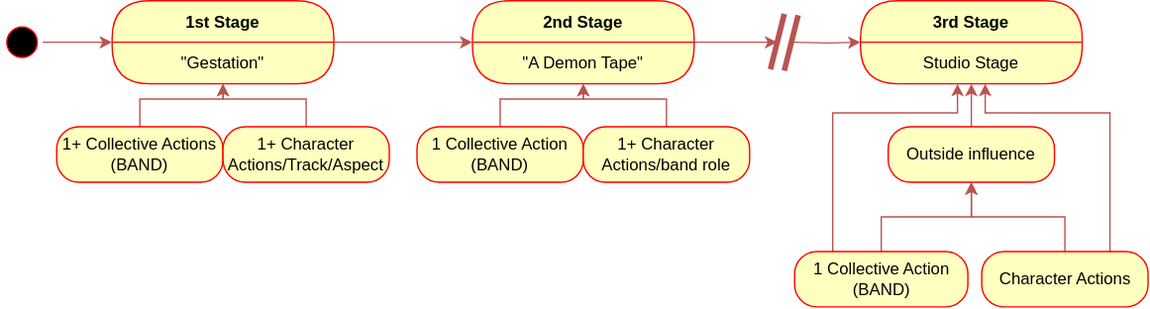
This is TheProspector/Assets/Schematics/Record.svg from SakuNurmiranta/TheProspector, a draw.io export, as it was before one commit. Source tidied: cells renumbered, new cells last; positions are measured from the earlier drawing's top-left corner, leaving out a move shared by most shapes. The source it was exported from:
```xml
<mxGraphModel>
  <root>
    <mxCell id="0" />
    <mxCell id="1" parent="0" />
    <mxCell id="2" style="edgeStyle=orthogonalEdgeStyle;rounded=0;jettySize=auto;html=1;fillColor=#f8cecc;strokeColor=#b85450;" parent="1" edge="1" source="3" target="12">
      <mxGeometry relative="1" as="geometry" />
    </mxCell>
    <mxCell id="3" value="g" style="ellipse;html=1;shape=startState;fillColor=#000000;strokeColor=#ff0000;rotation=-90;" parent="1" vertex="1">
      <mxGeometry y="15" width="30" height="30" as="geometry" />
    </mxCell>
    <mxCell id="4" style="edgeStyle=orthogonalEdgeStyle;rounded=0;jettySize=auto;html=1;fillColor=#f8cecc;strokeColor=#b85450;" parent="1" edge="1" source="5">
      <mxGeometry relative="1" as="geometry">
        <mxPoint x="560" y="30" as="targetPoint" />
      </mxGeometry>
    </mxCell>
    <mxCell id="5" value="2nd Stage" style="swimlane;fontStyle=1;align=center;verticalAlign=middle;horizontal=1;startSize=30;fontColor=#000000;rounded=1;arcSize=30;strokeColor=#ff0000;fillColor=#ffffc0;swimlaneFillColor=#ffffc0;" parent="1" vertex="1">
      <mxGeometry x="340" width="160" height="60" as="geometry" />
    </mxCell>
    <mxCell id="6" value="&quot;A Demon Tape&quot;" style="text;html=1;strokeColor=none;fillColor=none;align=center;verticalAlign=middle;spacingLeft=4;spacingRight=4;whiteSpace=wrap;overflow=hidden;fontColor=#000000;" parent="5" vertex="1">
      <mxGeometry y="30" width="160" height="30" as="geometry" />
    </mxCell>
    <mxCell id="7" style="edgeStyle=orthogonalEdgeStyle;rounded=0;jettySize=auto;html=1;entryX=0.5;entryY=1;entryDx=0;entryDy=0;fillColor=#f8cecc;strokeColor=#b85450;" parent="1" edge="1" source="8" target="6">
      <mxGeometry relative="1" as="geometry" />
    </mxCell>
    <mxCell id="8" value="1 Collective Action (BAND)" style="rounded=1;whiteSpace=wrap;html=1;arcSize=40;fontColor=#000000;fillColor=#ffffc0;strokeColor=#ff0000;" parent="1" vertex="1">
      <mxGeometry x="300" y="91" width="120" height="40" as="geometry" />
    </mxCell>
    <mxCell id="9" style="edgeStyle=orthogonalEdgeStyle;rounded=0;jettySize=auto;html=1;entryX=0.5;entryY=1;entryDx=0;entryDy=0;fillColor=#f8cecc;strokeColor=#b85450;" parent="1" edge="1" source="10" target="6">
      <mxGeometry relative="1" as="geometry" />
    </mxCell>
    <mxCell id="10" value="1+ Character Actions/band role" style="rounded=1;whiteSpace=wrap;html=1;arcSize=40;fontColor=#000000;fillColor=#ffffc0;strokeColor=#ff0000;" parent="1" vertex="1">
      <mxGeometry x="420" y="91" width="120" height="40" as="geometry" />
    </mxCell>
    <mxCell id="11" style="edgeStyle=orthogonalEdgeStyle;rounded=0;jettySize=auto;html=1;fillColor=#f8cecc;strokeColor=#b85450;" parent="1" edge="1" source="12" target="5">
      <mxGeometry relative="1" as="geometry" />
    </mxCell>
    <mxCell id="12" value="1st Stage" style="swimlane;fontStyle=1;align=center;verticalAlign=middle;horizontal=1;startSize=30;fontColor=#000000;rounded=1;arcSize=30;strokeColor=#ff0000;fillColor=#ffffc0;swimlaneFillColor=#ffffc0;" parent="1" vertex="1">
      <mxGeometry x="80" width="160" height="60" as="geometry" />
    </mxCell>
    <mxCell id="13" value="&quot;Gestation&quot;" style="text;html=1;strokeColor=none;fillColor=none;align=center;verticalAlign=middle;spacingLeft=4;spacingRight=4;whiteSpace=wrap;overflow=hidden;fontColor=#000000;" parent="12" vertex="1">
      <mxGeometry y="30" width="160" height="30" as="geometry" />
    </mxCell>
    <mxCell id="14" style="edgeStyle=orthogonalEdgeStyle;rounded=0;jettySize=auto;html=1;entryX=0.5;entryY=1;entryDx=0;entryDy=0;fillColor=#f8cecc;strokeColor=#b85450;" parent="1" edge="1" source="15" target="13">
      <mxGeometry relative="1" as="geometry" />
    </mxCell>
    <mxCell id="15" value="1+ Collective Actions (BAND)" style="rounded=1;whiteSpace=wrap;html=1;arcSize=40;fontColor=#000000;fillColor=#ffffc0;strokeColor=#ff0000;" parent="1" vertex="1">
      <mxGeometry x="40" y="91" width="120" height="40" as="geometry" />
    </mxCell>
    <mxCell id="16" style="edgeStyle=orthogonalEdgeStyle;rounded=0;jettySize=auto;html=1;entryX=0.5;entryY=1;entryDx=0;entryDy=0;fillColor=#f8cecc;strokeColor=#b85450;" parent="1" edge="1" source="17" target="13">
      <mxGeometry relative="1" as="geometry" />
    </mxCell>
    <mxCell id="17" value="1+ Character Actions/Track/Aspect" style="rounded=1;whiteSpace=wrap;html=1;arcSize=40;fontColor=#000000;fillColor=#ffffc0;strokeColor=#ff0000;" parent="1" vertex="1">
      <mxGeometry x="160" y="91" width="120" height="40" as="geometry" />
    </mxCell>
    <mxCell id="18" style="group;" parent="1" vertex="1">
      <mxGeometry x="555" y="9.5" width="20" height="41" as="geometry" />
    </mxCell>
    <mxCell id="19" style="endArrow=none;html=1;rounded=0;strokeWidth=4;fillColor=#f8cecc;strokeColor=#b85450;" parent="18" edge="1">
      <mxGeometry relative="1" as="geometry">
        <mxPoint y="40" as="sourcePoint" />
        <mxPoint x="10" as="targetPoint" />
      </mxGeometry>
    </mxCell>
    <mxCell id="20" style="endArrow=none;html=1;rounded=0;strokeWidth=4;fillColor=#f8cecc;strokeColor=#b85450;" parent="18" edge="1">
      <mxGeometry relative="1" as="geometry">
        <mxPoint x="10" y="41" as="sourcePoint" />
        <mxPoint x="20" y="1" as="targetPoint" />
      </mxGeometry>
    </mxCell>
    <mxCell id="21" style="edgeStyle=orthogonalEdgeStyle;rounded=0;jettySize=auto;html=1;fillColor=#f8cecc;strokeColor=#b85450;" parent="1" edge="1" target="22">
      <mxGeometry relative="1" as="geometry">
        <mxPoint x="570" y="30" as="sourcePoint" />
      </mxGeometry>
    </mxCell>
    <mxCell id="22" value="3rd Stage" style="swimlane;fontStyle=1;align=center;verticalAlign=middle;horizontal=1;startSize=30;fontColor=#000000;rounded=1;arcSize=30;strokeColor=#ff0000;fillColor=#ffffc0;swimlaneFillColor=#ffffc0;" parent="1" vertex="1">
      <mxGeometry x="620" width="160" height="60" as="geometry" />
    </mxCell>
    <mxCell id="23" value="Studio Stage" style="text;html=1;strokeColor=none;fillColor=none;align=center;verticalAlign=middle;spacingLeft=4;spacingRight=4;whiteSpace=wrap;overflow=hidden;fontColor=#000000;" parent="22" vertex="1">
      <mxGeometry y="30" width="160" height="30" as="geometry" />
    </mxCell>
    <mxCell id="24" style="edgeStyle=orthogonalEdgeStyle;rounded=0;jettySize=auto;html=1;fillColor=#f8cecc;strokeColor=#b85450;" parent="1" edge="1" source="26" target="31">
      <mxGeometry relative="1" as="geometry" />
    </mxCell>
    <mxCell id="25" style="edgeStyle=orthogonalEdgeStyle;rounded=0;jettySize=auto;html=1;fillColor=#f8cecc;strokeColor=#b85450;" parent="1" edge="1" source="26" target="23">
      <mxGeometry relative="1" as="geometry">
        <Array as="points">
          <mxPoint x="600" y="81" />
          <mxPoint x="690" y="81" />
        </Array>
      </mxGeometry>
    </mxCell>
    <mxCell id="26" value="1 Collective Action (BAND)" style="rounded=1;whiteSpace=wrap;html=1;arcSize=40;fontColor=#000000;fillColor=#ffffc0;strokeColor=#ff0000;" parent="1" vertex="1">
      <mxGeometry x="572.5" y="181" width="125" height="40" as="geometry" />
    </mxCell>
    <mxCell id="27" style="edgeStyle=orthogonalEdgeStyle;rounded=0;jettySize=auto;html=1;fillColor=#f8cecc;strokeColor=#b85450;" parent="1" edge="1" source="29" target="31">
      <mxGeometry relative="1" as="geometry" />
    </mxCell>
    <mxCell id="28" style="edgeStyle=orthogonalEdgeStyle;rounded=0;jettySize=auto;html=1;fillColor=#f8cecc;strokeColor=#b85450;" parent="1" edge="1" source="29" target="22">
      <mxGeometry relative="1" as="geometry">
        <Array as="points">
          <mxPoint x="800" y="81" />
          <mxPoint x="710" y="81" />
        </Array>
      </mxGeometry>
    </mxCell>
    <mxCell id="29" value="Character Actions" style="rounded=1;whiteSpace=wrap;html=1;arcSize=40;fontColor=#000000;fillColor=#ffffc0;strokeColor=#ff0000;" parent="1" vertex="1">
      <mxGeometry x="707.5" y="181" width="120" height="40" as="geometry" />
    </mxCell>
    <mxCell id="30" style="edgeStyle=orthogonalEdgeStyle;rounded=0;jettySize=auto;html=1;fillColor=#f8cecc;strokeColor=#b85450;" parent="1" edge="1" source="31" target="22">
      <mxGeometry relative="1" as="geometry" />
    </mxCell>
    <mxCell id="31" value="Outside influence" style="rounded=1;whiteSpace=wrap;html=1;arcSize=40;fontColor=#000000;fillColor=#ffffc0;strokeColor=#ff0000;" parent="1" vertex="1">
      <mxGeometry x="640" y="91" width="120" height="40" as="geometry" />
    </mxCell>
  </root>
</mxGraphModel>
```
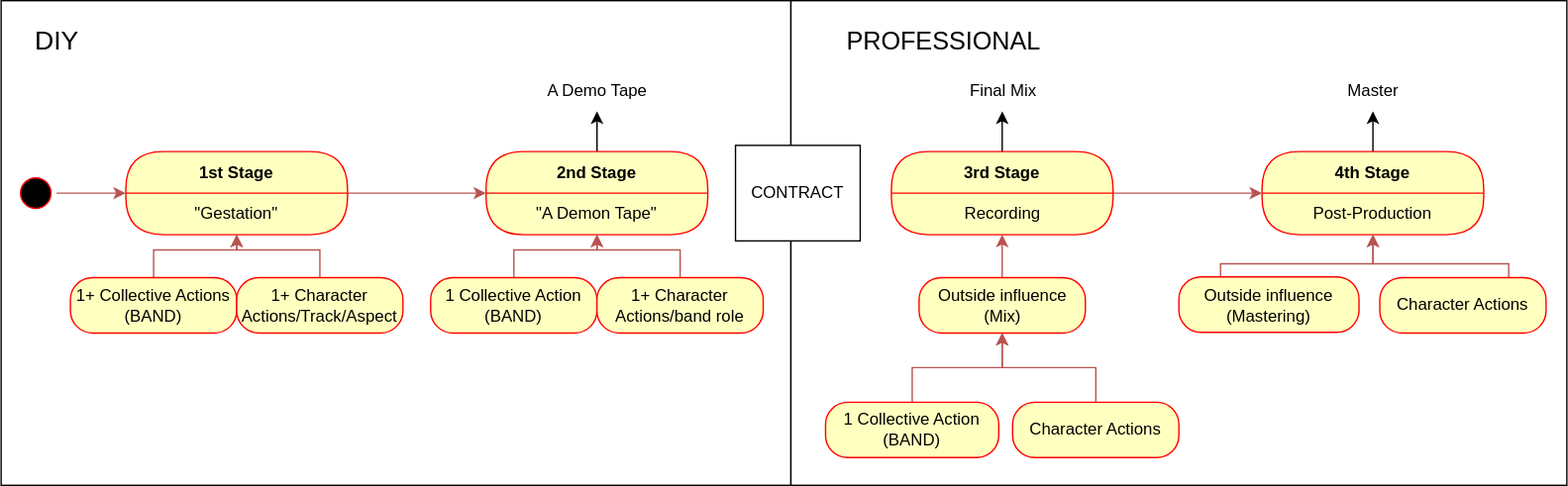
After the commit.

What changed in the source:
```diff
@@ -2,17 +2,21 @@
   <root>
     <mxCell id="0" />
     <mxCell id="1" parent="0" />
+    <mxCell id="32" style="whiteSpace=wrap;html=1;" parent="1" vertex="1">
+      <mxGeometry x="-10" y="-109" width="570" height="350" as="geometry" />
+    </mxCell>
+    <mxCell id="33" style="whiteSpace=wrap;html=1;" parent="1" vertex="1">
+      <mxGeometry x="560" y="-109" width="560" height="350" as="geometry" />
+    </mxCell>
     <mxCell id="2" style="edgeStyle=orthogonalEdgeStyle;rounded=0;jettySize=auto;html=1;fillColor=#f8cecc;strokeColor=#b85450;" parent="1" edge="1" source="3" target="12">
       <mxGeometry relative="1" as="geometry" />
     </mxCell>
     <mxCell id="3" value="g" style="ellipse;html=1;shape=startState;fillColor=#000000;strokeColor=#ff0000;rotation=-90;" parent="1" vertex="1">
       <mxGeometry y="15" width="30" height="30" as="geometry" />
     </mxCell>
-    <mxCell id="4" style="edgeStyle=orthogonalEdgeStyle;rounded=0;jettySize=auto;html=1;fillColor=#f8cecc;strokeColor=#b85450;" parent="1" edge="1" source="5">
-      <mxGeometry relative="1" as="geometry">
-        <mxPoint x="560" y="30" as="targetPoint" />
-      </mxGeometry>
-    </mxCell>
+    <mxCell id="34" style="edgeStyle=orthogonalEdgeStyle;rounded=0;jettySize=auto;html=1;" parent="1" edge="1" source="5" target="45">
+      <mxGeometry relative="1" as="geometry" />
+    </mxCell>
     <mxCell id="5" value="2nd Stage" style="swimlane;fontStyle=1;align=center;verticalAlign=middle;horizontal=1;startSize=30;fontColor=#000000;rounded=1;arcSize=30;strokeColor=#ff0000;fillColor=#ffffc0;swimlaneFillColor=#ffffc0;" parent="1" vertex="1">
       <mxGeometry x="340" width="160" height="60" as="geometry" />
     </mxCell>
@@ -52,65 +56,91 @@
     <mxCell id="17" value="1+ Character Actions/Track/Aspect" style="rounded=1;whiteSpace=wrap;html=1;arcSize=40;fontColor=#000000;fillColor=#ffffc0;strokeColor=#ff0000;" parent="1" vertex="1">
       <mxGeometry x="160" y="91" width="120" height="40" as="geometry" />
     </mxCell>
-    <mxCell id="18" style="group;" parent="1" vertex="1">
-      <mxGeometry x="555" y="9.5" width="20" height="41" as="geometry" />
-    </mxCell>
-    <mxCell id="19" style="endArrow=none;html=1;rounded=0;strokeWidth=4;fillColor=#f8cecc;strokeColor=#b85450;" parent="18" edge="1">
-      <mxGeometry relative="1" as="geometry">
-        <mxPoint y="40" as="sourcePoint" />
-        <mxPoint x="10" as="targetPoint" />
-      </mxGeometry>
-    </mxCell>
-    <mxCell id="20" style="endArrow=none;html=1;rounded=0;strokeWidth=4;fillColor=#f8cecc;strokeColor=#b85450;" parent="18" edge="1">
-      <mxGeometry relative="1" as="geometry">
-        <mxPoint x="10" y="41" as="sourcePoint" />
-        <mxPoint x="20" y="1" as="targetPoint" />
-      </mxGeometry>
-    </mxCell>
-    <mxCell id="21" style="edgeStyle=orthogonalEdgeStyle;rounded=0;jettySize=auto;html=1;fillColor=#f8cecc;strokeColor=#b85450;" parent="1" edge="1" target="22">
-      <mxGeometry relative="1" as="geometry">
-        <mxPoint x="570" y="30" as="sourcePoint" />
-      </mxGeometry>
-    </mxCell>
+    <mxCell id="35" style="edgeStyle=orthogonalEdgeStyle;rounded=0;jettySize=auto;html=1;" parent="1" edge="1" source="22">
+      <mxGeometry relative="1" as="geometry">
+        <mxPoint x="712.6" y="-29" as="targetPoint" />
+      </mxGeometry>
+    </mxCell>
+    <mxCell id="36" style="edgeStyle=orthogonalEdgeStyle;rounded=0;jettySize=auto;html=1;fillColor=#f8cecc;strokeColor=#b85450;" parent="1" edge="1" source="22" target="38">
+      <mxGeometry relative="1" as="geometry" />
+    </mxCell>
     <mxCell id="22" value="3rd Stage" style="swimlane;fontStyle=1;align=center;verticalAlign=middle;horizontal=1;startSize=30;fontColor=#000000;rounded=1;arcSize=30;strokeColor=#ff0000;fillColor=#ffffc0;swimlaneFillColor=#ffffc0;" parent="1" vertex="1">
-      <mxGeometry x="620" width="160" height="60" as="geometry" />
+      <mxGeometry x="632.5" width="160" height="60" as="geometry" />
     </mxCell>
-    <mxCell id="23" value="Studio Stage" style="text;html=1;strokeColor=none;fillColor=none;align=center;verticalAlign=middle;spacingLeft=4;spacingRight=4;whiteSpace=wrap;overflow=hidden;fontColor=#000000;" parent="22" vertex="1">
+    <mxCell id="23" value="Recording" style="text;html=1;strokeColor=none;fillColor=none;align=center;verticalAlign=middle;spacingLeft=4;spacingRight=4;whiteSpace=wrap;overflow=hidden;fontColor=#000000;" parent="22" vertex="1">
       <mxGeometry y="30" width="160" height="30" as="geometry" />
     </mxCell>
     <mxCell id="24" style="edgeStyle=orthogonalEdgeStyle;rounded=0;jettySize=auto;html=1;fillColor=#f8cecc;strokeColor=#b85450;" parent="1" edge="1" source="26" target="31">
       <mxGeometry relative="1" as="geometry" />
     </mxCell>
-    <mxCell id="25" style="edgeStyle=orthogonalEdgeStyle;rounded=0;jettySize=auto;html=1;fillColor=#f8cecc;strokeColor=#b85450;" parent="1" edge="1" source="26" target="23">
-      <mxGeometry relative="1" as="geometry">
-        <Array as="points">
-          <mxPoint x="600" y="81" />
-          <mxPoint x="690" y="81" />
-        </Array>
-      </mxGeometry>
-    </mxCell>
     <mxCell id="26" value="1 Collective Action (BAND)" style="rounded=1;whiteSpace=wrap;html=1;arcSize=40;fontColor=#000000;fillColor=#ffffc0;strokeColor=#ff0000;" parent="1" vertex="1">
-      <mxGeometry x="572.5" y="181" width="125" height="40" as="geometry" />
+      <mxGeometry x="585" y="181" width="125" height="40" as="geometry" />
     </mxCell>
     <mxCell id="27" style="edgeStyle=orthogonalEdgeStyle;rounded=0;jettySize=auto;html=1;fillColor=#f8cecc;strokeColor=#b85450;" parent="1" edge="1" source="29" target="31">
       <mxGeometry relative="1" as="geometry" />
     </mxCell>
-    <mxCell id="28" style="edgeStyle=orthogonalEdgeStyle;rounded=0;jettySize=auto;html=1;fillColor=#f8cecc;strokeColor=#b85450;" parent="1" edge="1" source="29" target="22">
-      <mxGeometry relative="1" as="geometry">
-        <Array as="points">
-          <mxPoint x="800" y="81" />
-          <mxPoint x="710" y="81" />
-        </Array>
-      </mxGeometry>
-    </mxCell>
     <mxCell id="29" value="Character Actions" style="rounded=1;whiteSpace=wrap;html=1;arcSize=40;fontColor=#000000;fillColor=#ffffc0;strokeColor=#ff0000;" parent="1" vertex="1">
-      <mxGeometry x="707.5" y="181" width="120" height="40" as="geometry" />
+      <mxGeometry x="720" y="181" width="120" height="40" as="geometry" />
     </mxCell>
     <mxCell id="30" style="edgeStyle=orthogonalEdgeStyle;rounded=0;jettySize=auto;html=1;fillColor=#f8cecc;strokeColor=#b85450;" parent="1" edge="1" source="31" target="22">
       <mxGeometry relative="1" as="geometry" />
     </mxCell>
-    <mxCell id="31" value="Outside influence" style="rounded=1;whiteSpace=wrap;html=1;arcSize=40;fontColor=#000000;fillColor=#ffffc0;strokeColor=#ff0000;" parent="1" vertex="1">
-      <mxGeometry x="640" y="91" width="120" height="40" as="geometry" />
+    <mxCell id="31" value="Outside influence (Mix)" style="rounded=1;whiteSpace=wrap;html=1;arcSize=40;fontColor=#000000;fillColor=#ffffc0;strokeColor=#ff0000;" parent="1" vertex="1">
+      <mxGeometry x="652.5" y="91" width="120" height="40" as="geometry" />
     </mxCell>
+    <mxCell id="37" style="edgeStyle=orthogonalEdgeStyle;rounded=0;jettySize=auto;html=1;" parent="1" edge="1" source="38" target="47">
+      <mxGeometry relative="1" as="geometry" />
+    </mxCell>
+    <mxCell id="38" value="4th Stage" style="swimlane;fontStyle=1;align=center;verticalAlign=middle;horizontal=1;startSize=30;fontColor=#000000;rounded=1;arcSize=30;strokeColor=#ff0000;fillColor=#ffffc0;swimlaneFillColor=#ffffc0;" parent="1" vertex="1">
+      <mxGeometry x="900" width="160" height="60" as="geometry" />
+    </mxCell>
+    <mxCell id="39" value="Post-Production" style="text;html=1;strokeColor=none;fillColor=none;align=center;verticalAlign=middle;spacingLeft=4;spacingRight=4;whiteSpace=wrap;overflow=hidden;fontColor=#000000;" parent="38" vertex="1">
+      <mxGeometry y="30" width="160" height="30" as="geometry" />
+    </mxCell>
+    <mxCell id="40" style="edgeStyle=orthogonalEdgeStyle;rounded=0;jettySize=auto;html=1;fillColor=#f8cecc;strokeColor=#b85450;" parent="1" edge="1" target="44">
+      <mxGeometry relative="1" as="geometry">
+        <mxPoint x="912.5" y="91" as="sourcePoint" />
+      </mxGeometry>
+    </mxCell>
+    <mxCell id="41" style="edgeStyle=orthogonalEdgeStyle;rounded=0;jettySize=auto;html=1;fillColor=#f8cecc;strokeColor=#b85450;" parent="1" edge="1" source="42" target="38">
+      <mxGeometry relative="1" as="geometry">
+        <Array as="points">
+          <mxPoint x="1078" y="81" />
+          <mxPoint x="980" y="81" />
+        </Array>
+      </mxGeometry>
+    </mxCell>
+    <mxCell id="42" value="Character Actions" style="rounded=1;whiteSpace=wrap;html=1;arcSize=40;fontColor=#000000;fillColor=#ffffc0;strokeColor=#ff0000;" parent="1" vertex="1">
+      <mxGeometry x="985" y="91" width="120" height="40" as="geometry" />
+    </mxCell>
+    <mxCell id="43" style="edgeStyle=orthogonalEdgeStyle;rounded=0;jettySize=auto;html=1;fillColor=#f8cecc;strokeColor=#b85450;" parent="1" edge="1" source="44" target="38">
+      <mxGeometry relative="1" as="geometry">
+        <Array as="points">
+          <mxPoint x="870" y="81" />
+          <mxPoint x="980" y="81" />
+        </Array>
+      </mxGeometry>
+    </mxCell>
+    <mxCell id="44" value="Outside influence (Mastering)" style="rounded=1;whiteSpace=wrap;html=1;arcSize=40;fontColor=#000000;fillColor=#ffffc0;strokeColor=#ff0000;" parent="1" vertex="1">
+      <mxGeometry x="840" y="90.5" width="130" height="40" as="geometry" />
+    </mxCell>
+    <mxCell id="45" value="A Demo Tape" style="text;html=1;align=center;verticalAlign=middle;points=[];strokeColor=none;fillColor=none;" parent="1" vertex="1">
+      <mxGeometry x="370" y="-59" width="100" height="30" as="geometry" />
+    </mxCell>
+    <mxCell id="46" value="Final Mix" style="text;html=1;align=center;verticalAlign=middle;strokeColor=none;fillColor=none;" parent="1" vertex="1">
+      <mxGeometry x="677.5" y="-59" width="70" height="30" as="geometry" />
+    </mxCell>
+    <mxCell id="47" value="Master" style="text;html=1;align=center;verticalAlign=middle;points=[];strokeColor=none;fillColor=none;" parent="1" vertex="1">
+      <mxGeometry x="950" y="-59" width="60" height="30" as="geometry" />
+    </mxCell>
+    <mxCell id="48" value="CONTRACT" style="whiteSpace=wrap;html=1;" parent="1" vertex="1">
+      <mxGeometry x="520" y="-4.5" width="90" height="69" as="geometry" />
+    </mxCell>
+    <mxCell id="49" value="&lt;font style=&quot;font-size: 19px;&quot;&gt;DIY&lt;/font&gt;" style="text;html=1;align=center;verticalAlign=middle;strokeColor=none;fillColor=none;" parent="1" vertex="1">
+      <mxGeometry y="-99" width="60" height="40" as="geometry" />
+    </mxCell>
+    <mxCell id="50" value="PROFESSIONAL" style="text;html=1;align=center;verticalAlign=middle;strokeColor=none;fillColor=none;fontSize=18;" parent="1" vertex="1">
+      <mxGeometry x="590" y="-99" width="160" height="40" as="geometry" />
+    </mxCell>
   </root>
 </mxGraphModel>
```
